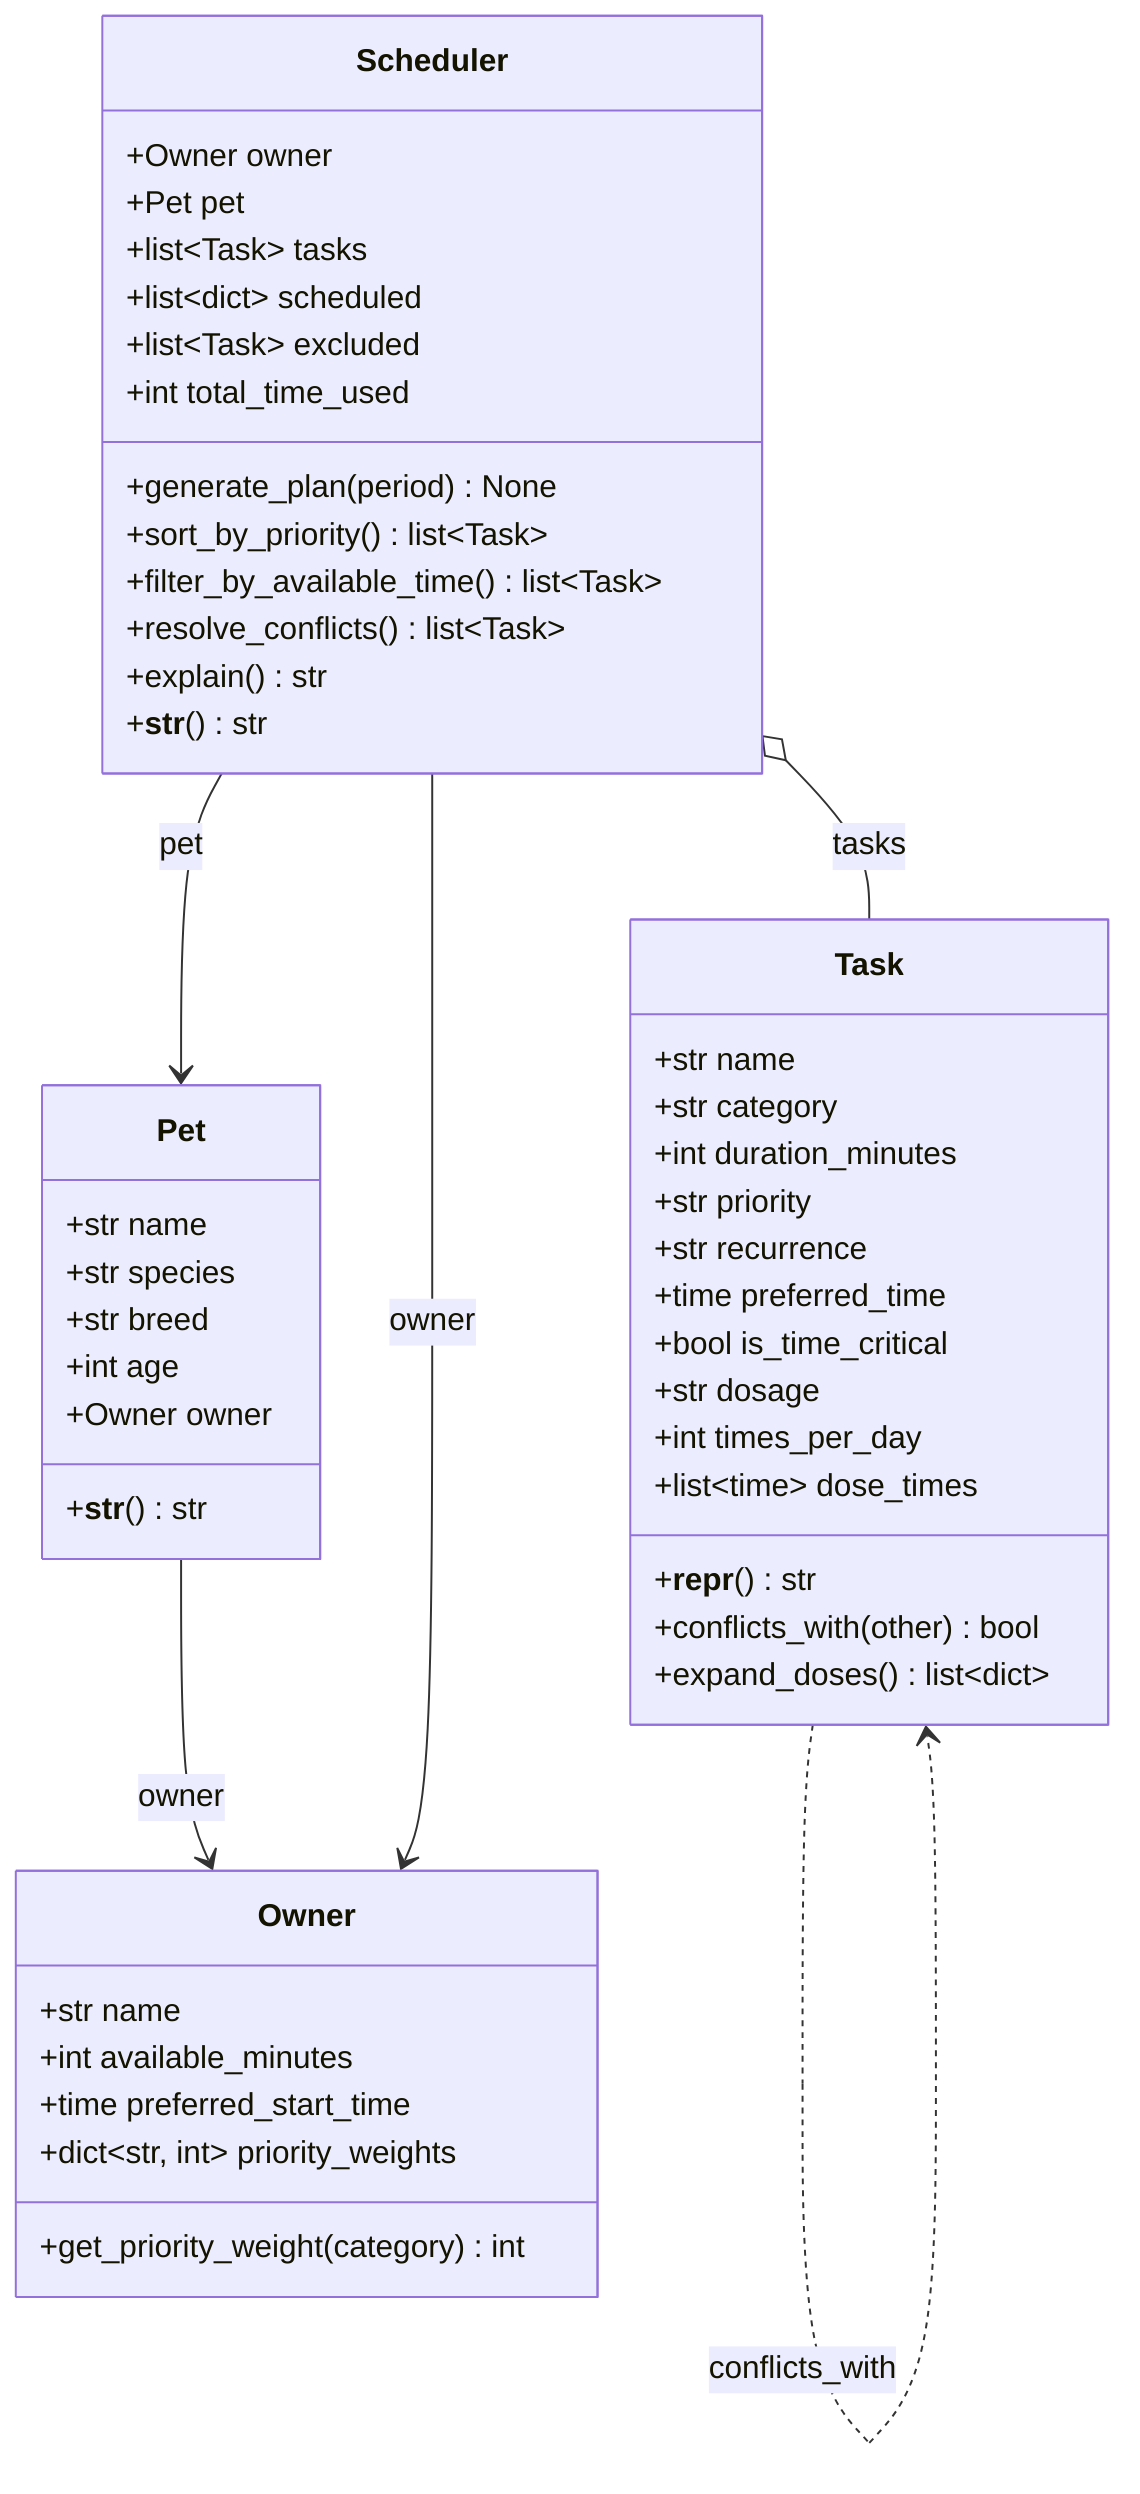
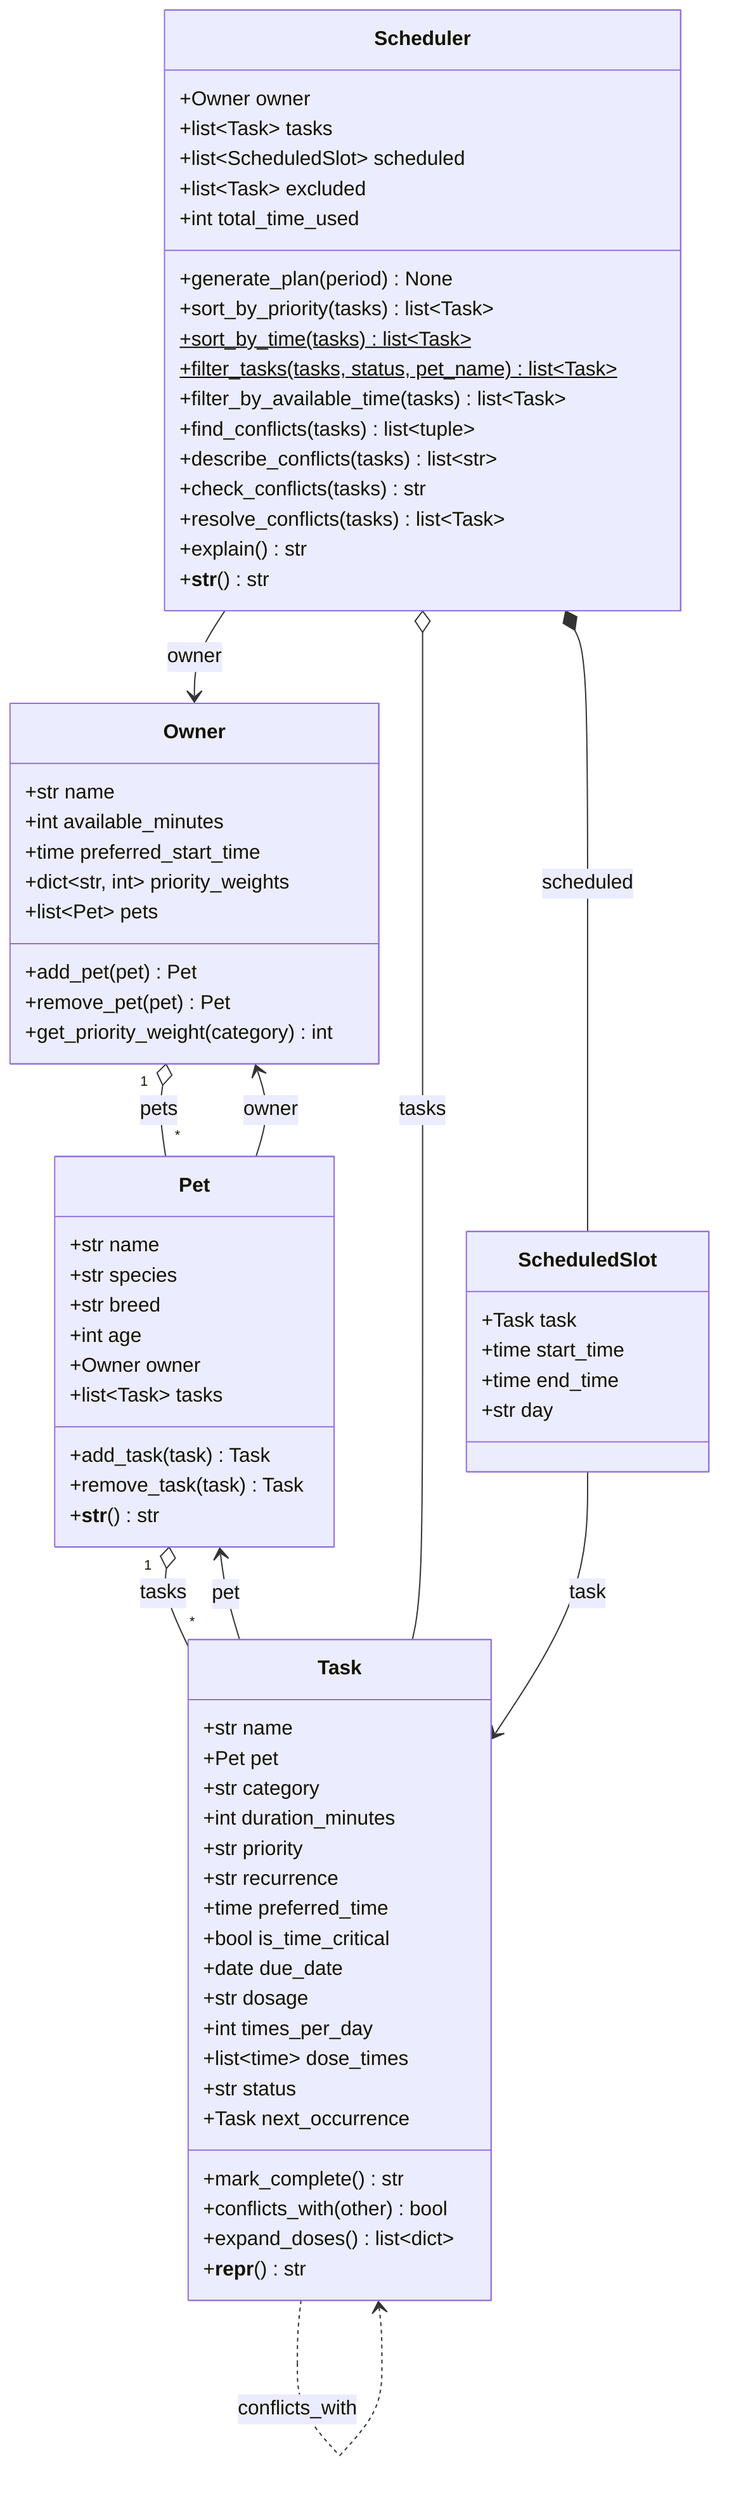
classDiagram
-     %% PawPal+ class diagram — generated from reflection.md
+     %% PawPal+ class diagram — reflects pawpal_system.py
+     %% Static methods are marked with $. Module-level helpers
+     %% (_to_minutes, _from_minutes) and private methods
+     %% (_weight, _place, _earliest_gap, _pet_name) are omitted for clarity.

    class Owner {
        +str name
        +int available_minutes
        +time preferred_start_time
        +dict~str, int~ priority_weights
+         +list~Pet~ pets
+         +add_pet(pet) Pet
+         +remove_pet(pet) Pet
        +get_priority_weight(category) int
    }

    class Pet {
        +str name
        +str species
        +str breed
        +int age
        +Owner owner
+         +list~Task~ tasks
+         +add_task(task) Task
+         +remove_task(task) Task
        +__str__() str
    }

    class Task {
        +str name
+         +Pet pet
        +str category
        +int duration_minutes
        +str priority
        +str recurrence
        +time preferred_time
        +bool is_time_critical
+         +date due_date
        +str dosage
        +int times_per_day
        +list~time~ dose_times
-         +__repr__() str
+         +str status
+         +Task next_occurrence
+         +mark_complete() str
        +conflicts_with(other) bool
        +expand_doses() list~dict~
+         +__repr__() str
+     }
+ 
+     class ScheduledSlot {
+         +Task task
+         +time start_time
+         +time end_time
+         +str day
    }

    class Scheduler {
        +Owner owner
-         +Pet pet
        +list~Task~ tasks
-         +list~dict~ scheduled
+         +list~ScheduledSlot~ scheduled
        +list~Task~ excluded
        +int total_time_used
        +generate_plan(period) None
-         +sort_by_priority() list~Task~
-         +filter_by_available_time() list~Task~
-         +resolve_conflicts() list~Task~
+         +sort_by_priority(tasks) list~Task~
+         +sort_by_time(tasks)$ list~Task~
+         +filter_tasks(tasks, status, pet_name)$ list~Task~
+         +filter_by_available_time(tasks) list~Task~
+         +find_conflicts(tasks) list~tuple~
+         +describe_conflicts(tasks) list~str~
+         +check_conflicts(tasks) str
+         +resolve_conflicts(tasks) list~Task~
        +explain() str
        +__str__() str
    }

+     Owner "1" o-- "*" Pet : pets
    Pet --> Owner : owner
+     Pet "1" o-- "*" Task : tasks
+     Task --> Pet : pet
+     Task ..> Task : next_occurrence
+     Task ..> Task : conflicts_with
    Scheduler --> Owner : owner
-     Scheduler --> Pet : pet
    Scheduler o-- Task : tasks
-     Task ..> Task : conflicts_with
+     Scheduler *-- ScheduledSlot : scheduled
+     ScheduledSlot --> Task : task
